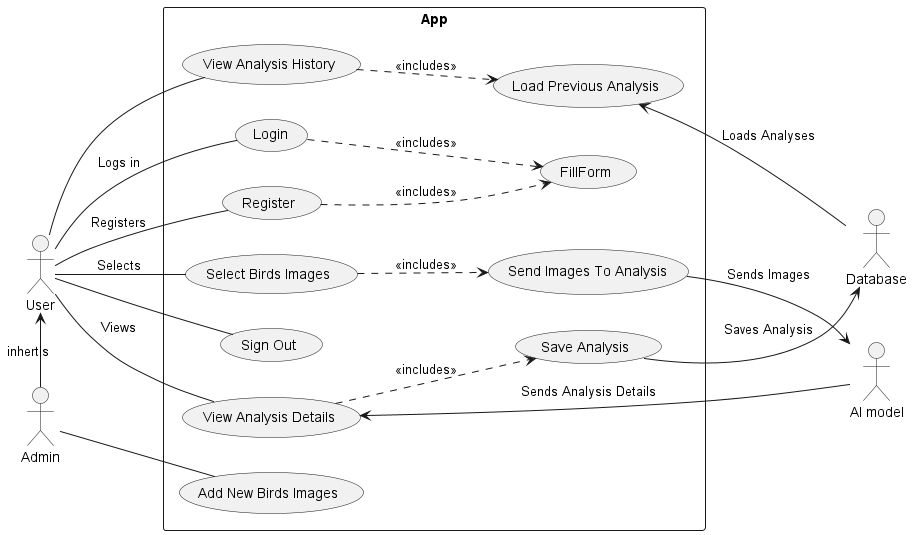
ikolton/MOproject keeps this PlantUML diagram as Use_Case.png. Above is the earlier version.
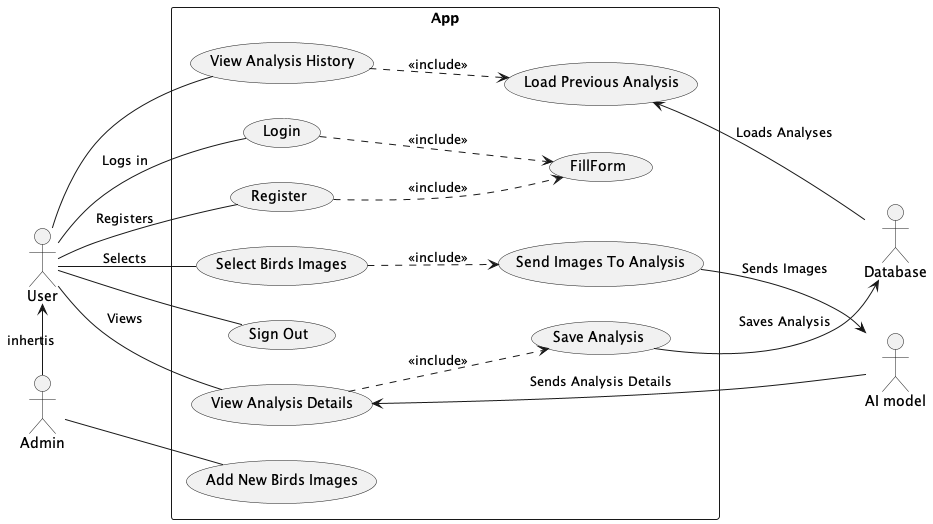
The same file after the commit.

Commit message:
use case and class diagram fix

The edit, as a diff of the source:
```diff
@@ -29,15 +29,15 @@
     U -- VAH
 
 
-    L ..> FF : <<includes>>
-    R ..> FF : <<includes>>
+    L ..> FF : <<include>>
+    R ..> FF : <<include>>
 
 
-    SBI ..> ST : <<includes>>
+    SBI ..> ST : <<include>>
 
-    VAH ..> LPA : <<includes>>
+    VAH ..> LPA : <<include>>
 
-    VAD ..> SA : <<includes>>
+    VAD ..> SA : <<include>>
 
 
 }
```
